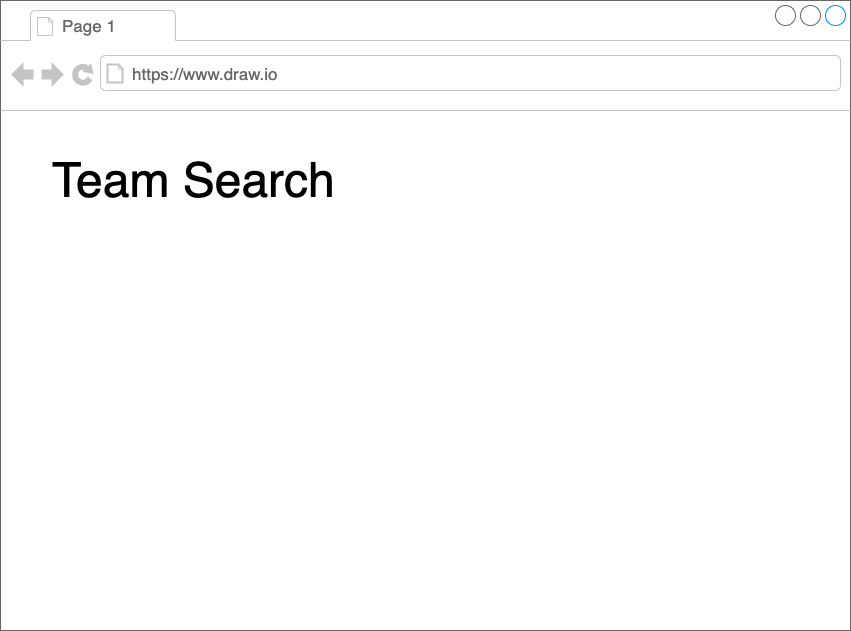
Before: assets/images/drawio/tutorial/minimum_set_server_side_composition_tutorial.png, a diagram exported from draw.io (silverbirder/Introduction_to_Micro_Frontends). Source tidied: cells renumbered, new cells last; positions are measured from the earlier drawing's top-left corner, leaving out a move shared by most shapes.
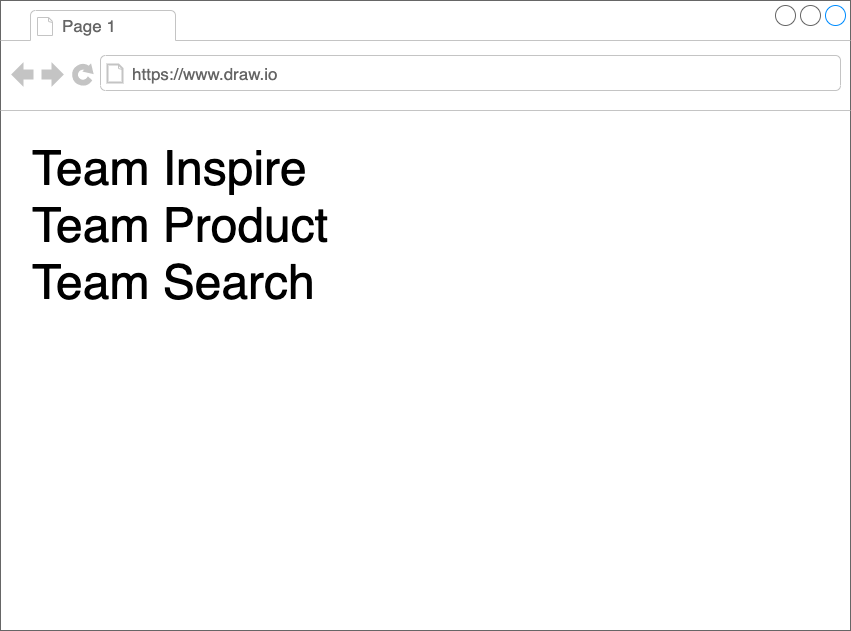
After the change.

What changed in the source:
```diff
@@ -5,14 +5,14 @@
     <mxCell id="2" style="strokeWidth=1;shadow=0;dashed=0;align=center;html=1;shape=mxgraph.mockup.containers.browserWindow;rSize=0;strokeColor=#666666;strokeColor2=#008cff;strokeColor3=#c4c4c4;mainText=,;" parent="1" vertex="1">
       <mxGeometry width="850" height="630" as="geometry" />
     </mxCell>
-    <mxCell id="3" value="&lt;font style=&quot;font-size: 48px&quot;&gt;Team Search&lt;/font&gt;" style="rounded=0;whiteSpace=wrap;html=1;strokeWidth=4;dashed=1;fillColor=none;align=left;strokeColor=none;" parent="2" vertex="1">
-      <mxGeometry x="50" y="140" width="540" height="80" as="geometry" />
-    </mxCell>
     <mxCell id="4" value="Page 1" style="strokeWidth=1;shadow=0;dashed=0;align=center;html=1;shape=mxgraph.mockup.containers.anchor;fontSize=17;fontColor=#666666;align=left;" parent="2" vertex="1">
       <mxGeometry x="60" y="12" width="110" height="26" as="geometry" />
     </mxCell>
     <mxCell id="5" value="https://www.draw.io" style="strokeWidth=1;shadow=0;dashed=0;align=center;html=1;shape=mxgraph.mockup.containers.anchor;rSize=0;fontSize=17;fontColor=#666666;align=left;" parent="2" vertex="1">
       <mxGeometry x="130" y="60" width="250" height="26" as="geometry" />
     </mxCell>
+    <mxCell id="6" value="&lt;font style=&quot;font-size: 48px ; line-height: 120%&quot;&gt;Team Inspire&lt;br&gt;Team Product&lt;br&gt;Team Search&lt;br&gt;&lt;/font&gt;" style="rounded=0;whiteSpace=wrap;html=1;strokeWidth=4;dashed=1;fillColor=none;align=left;strokeColor=none;" parent="1" vertex="1">
+      <mxGeometry x="30" y="140" width="540" height="170" as="geometry" />
+    </mxCell>
   </root>
 </mxGraphModel>
```
